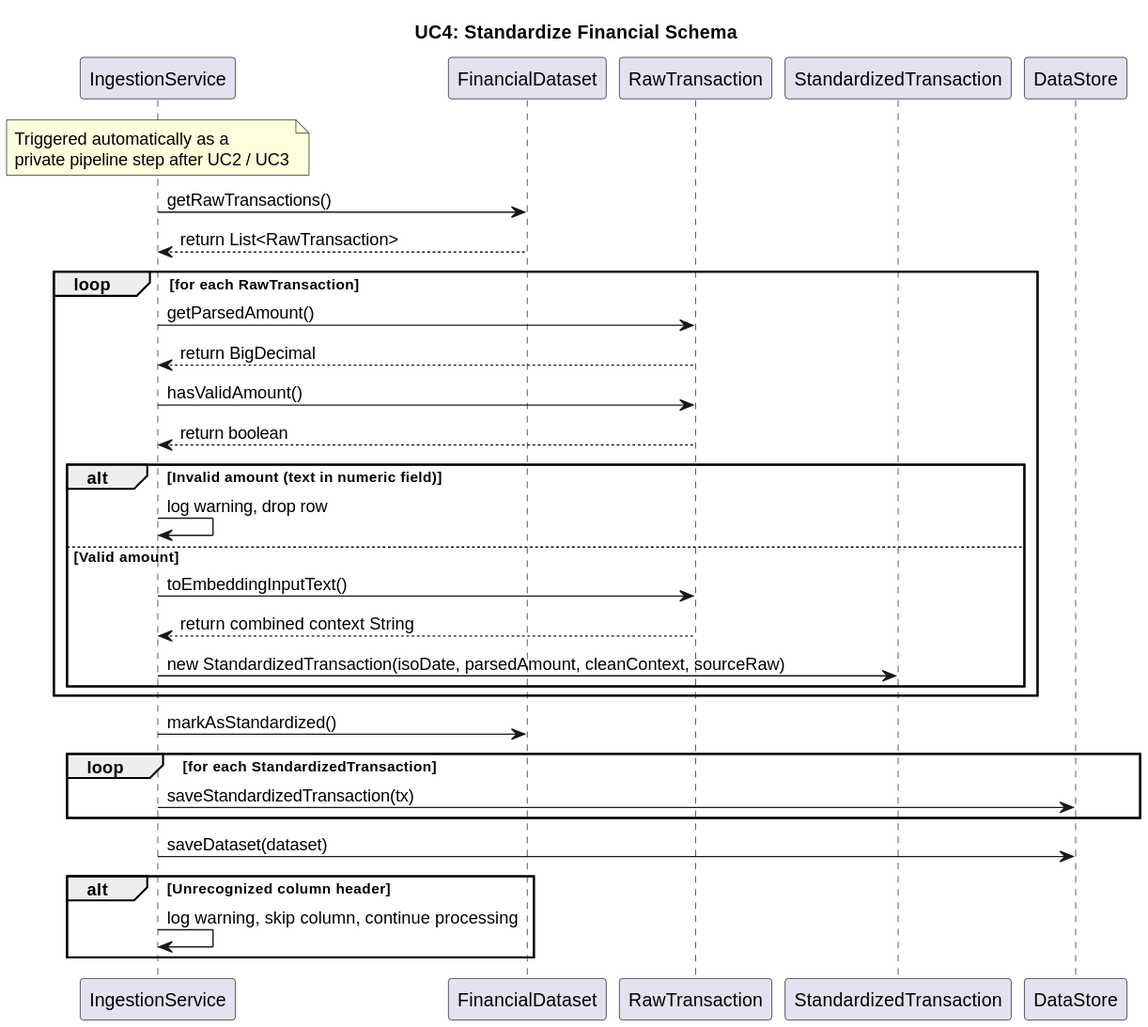
This is docs/Sequence Diagrams/UC4_StandardizeFinancialSchema.svg from rayyan-41/AVAL-AI-Reconciliation-Engine, a PlantUML export, as it was before one commit.
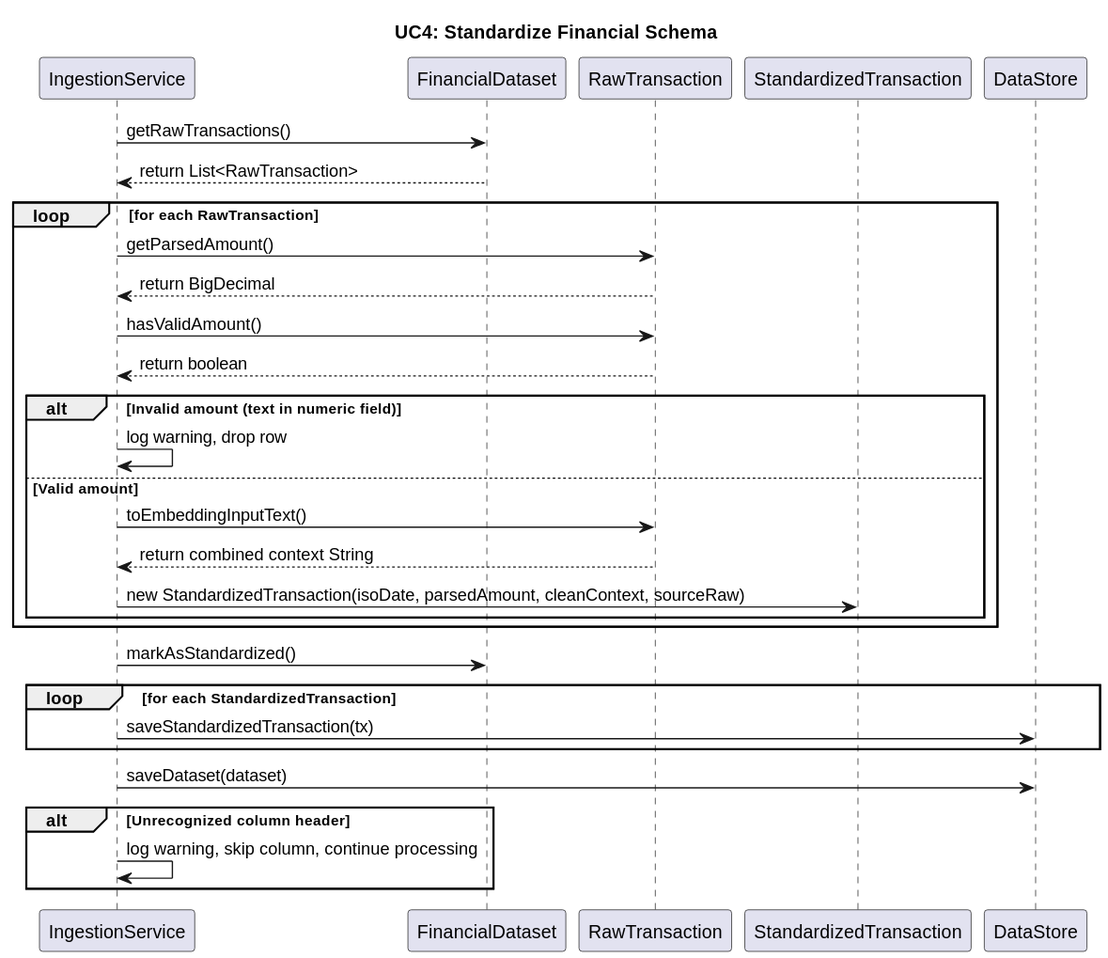
Above is the later version.

Diff of the diagram source:
```diff
@@ -6,8 +6,6 @@
 participant "RawTransaction" as RT
 participant "StandardizedTransaction" as ST
 participant "DataStore" as DS
-
-note over IS : Triggered automatically as a\nprivate pipeline step after UC2 / UC3
 
 IS -> FD : getRawTransactions()
 FD --> IS : return List<RawTransaction>
```
